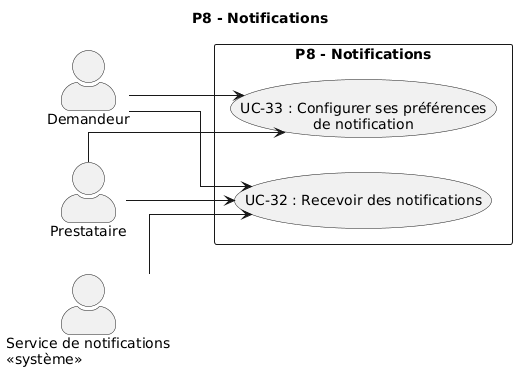
Before: images/diagramme_cu_p8.png, a diagram exported from PlantUML (KazeHolloway/Projet_LaTex).
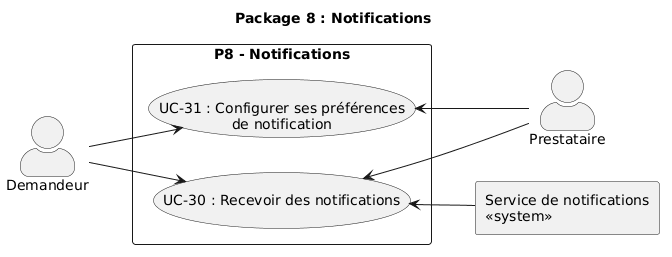
The same diagram one commit later.

The edit, as a diff of the source:
```diff
@@ -1,24 +1,25 @@
 @startuml
-title P8 - Notifications
+title Package 8 : Notifications
+
 
 left to right direction
 skinparam actorStyle awesome
-skinparam linetype ortho
+
 
 actor "Demandeur" as demandeur
 actor "Prestataire" as prestataire
-actor "Service de notifications\n<<système>>" as svcNotif
+rectangle "Service de notifications\n<<system>>" as svcNotif
 
 rectangle "P8 - Notifications" {
-  usecase "UC-32 : Recevoir des notifications" as UC32
-  usecase "UC-33 : Configurer ses préférences\nde notification" as UC33
+  usecase "UC-30 : Recevoir des notifications" as UC30
+  usecase "UC-31 : Configurer ses préférences\nde notification" as UC31
 }
 
-svcNotif --> UC32
+svcNotif -up-> UC30
 
-demandeur --> UC32
-demandeur --> UC33
+demandeur --> UC30
+demandeur --> UC31
 
-prestataire --> UC32
-prestataire --> UC33
+prestataire -up-> UC30
+prestataire -up-> UC31
 @enduml
```
